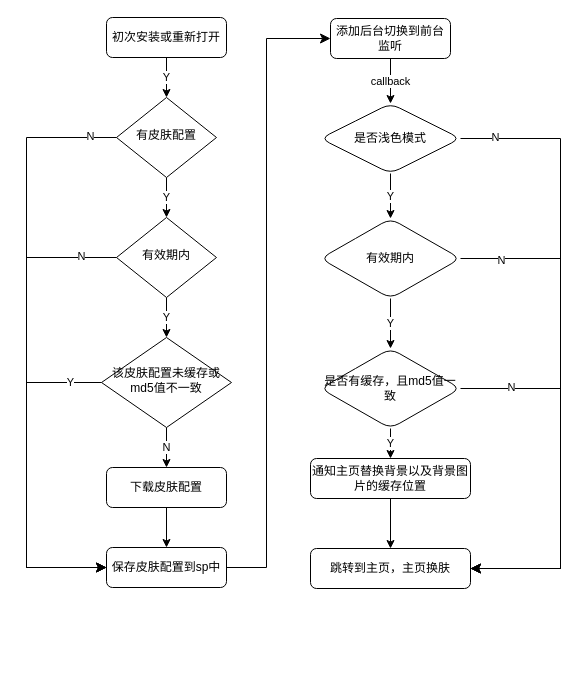
Above: 换肤.drawio in kevinblu/myPic (draw.io), before the change. Source tidied: cells renumbered, new cells numbered last; positions are measured from the earlier drawing's top-left corner, leaving out a move shared by most shapes. Both pictures are drawn from the tidied source at 100%, with x=0, y=0 at pixel (26, 17).
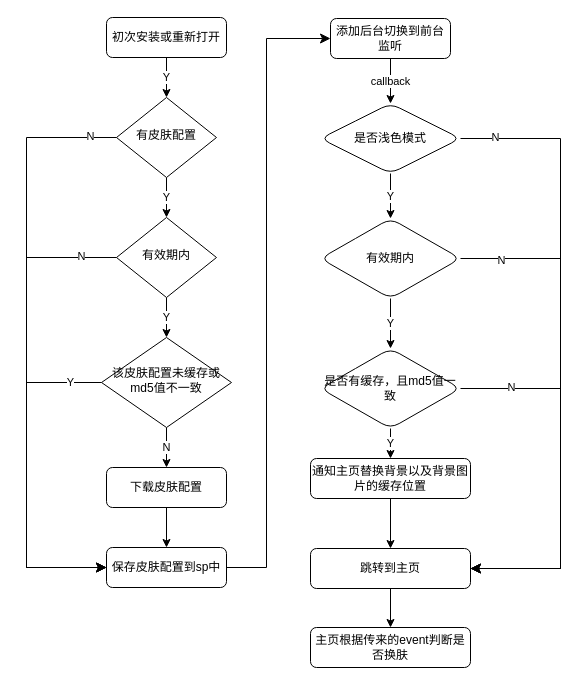
Above is the later version.

What changed in the source:
```diff
@@
+    <mxCell id="37" style="edgeStyle=orthogonalEdgeStyle;rounded=0;jettySize=auto;html=1;" parent="1" edge="1" source="29" target="38">
+      <mxGeometry relative="1" as="geometry" />
+    </mxCell>
-    <mxCell id="29" value="跳转到主页，主页换肤" style="rounded=1;whiteSpace=wrap;html=1;fontSize=12;glass=0;strokeWidth=1;shadow=0;" parent="1" vertex="1">
+    <mxCell id="29" value="跳转到主页" style="rounded=1;whiteSpace=wrap;html=1;fontSize=12;glass=0;strokeWidth=1;shadow=0;" parent="1" vertex="1">
       <mxGeometry x="284" y="531" width="160" height="40" as="geometry" />
     </mxCell>
@@
+    <mxCell id="38" value="主页根据传来的event判断是否换肤" style="rounded=1;whiteSpace=wrap;html=1;fontSize=12;glass=0;strokeWidth=1;shadow=0;" parent="1" vertex="1">
+      <mxGeometry x="284" y="610" width="160" height="40" as="geometry" />
+    </mxCell>
```
